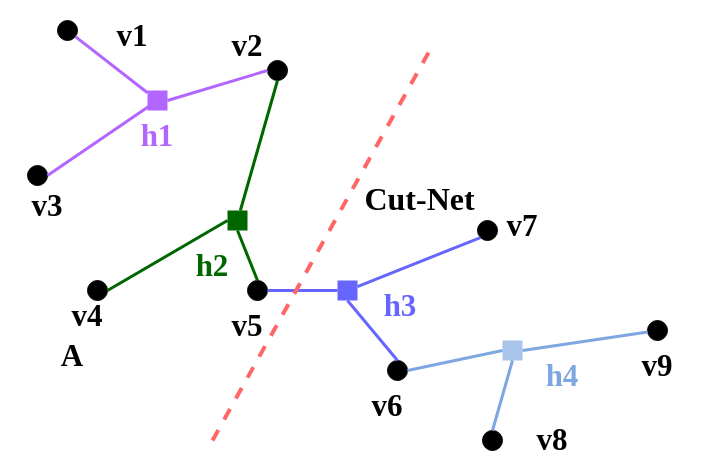
Earlier version of the draw.io diagram hypergraph.drawio (kxzhu0505/LogicSynOpt). Source tidied: cells renumbered, new cells numbered last; positions are measured from the earlier drawing's top-left corner, leaving out a move shared by most shapes. Both pictures are drawn from the tidied source at 100%, with x=0, y=0 at pixel (17, 20).
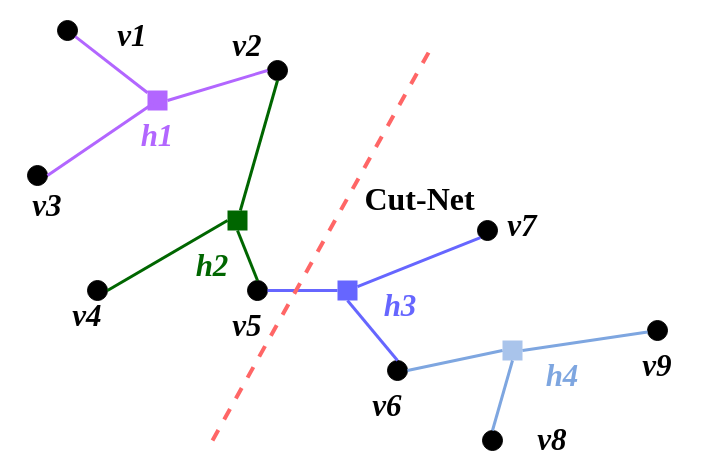
After the change.

The edit, as a diff of the source:
```diff
@@
-    <mxCell id="11" value="&lt;span&gt;&lt;font&gt;v7&lt;/font&gt;&lt;/span&gt;" style="text;html=1;align=center;verticalAlign=middle;whiteSpace=wrap;rounded=0;horizontal=1;fontFamily=Times New Roman;fontSize=31;fontStyle=1;" parent="1" vertex="1">
+    <mxCell id="11" value="&lt;span&gt;&lt;font&gt;&lt;i&gt;v7&lt;/i&gt;&lt;/font&gt;&lt;/span&gt;" style="text;html=1;align=center;verticalAlign=middle;whiteSpace=wrap;rounded=0;horizontal=1;fontFamily=Times New Roman;fontSize=31;fontStyle=1;" parent="1" vertex="1">
       <mxGeometry x="475" y="190" width="60" height="30" as="geometry" />
     </mxCell>
-    <mxCell id="12" value="&lt;span&gt;&lt;font&gt;v5&lt;/font&gt;&lt;/span&gt;" style="text;html=1;align=center;verticalAlign=middle;whiteSpace=wrap;rounded=0;horizontal=1;fontFamily=Times New Roman;fontSize=31;fontStyle=1;" parent="1" vertex="1">
+    <mxCell id="12" value="&lt;span&gt;&lt;font&gt;&lt;i&gt;v5&lt;/i&gt;&lt;/font&gt;&lt;/span&gt;" style="text;html=1;align=center;verticalAlign=middle;whiteSpace=wrap;rounded=0;horizontal=1;fontFamily=Times New Roman;fontSize=31;fontStyle=1;" parent="1" vertex="1">
       <mxGeometry x="200" y="290" width="60" height="30" as="geometry" />
     </mxCell>
-    <mxCell id="13" value="&lt;span&gt;&lt;font&gt;v6&lt;/font&gt;&lt;/span&gt;" style="text;html=1;align=center;verticalAlign=middle;whiteSpace=wrap;rounded=0;horizontal=1;fontFamily=Times New Roman;fontSize=31;fontStyle=1;" parent="1" vertex="1">
+    <mxCell id="13" value="&lt;span&gt;&lt;font&gt;&lt;i&gt;v6&lt;/i&gt;&lt;/font&gt;&lt;/span&gt;" style="text;html=1;align=center;verticalAlign=middle;whiteSpace=wrap;rounded=0;horizontal=1;fontFamily=Times New Roman;fontSize=31;fontStyle=1;" parent="1" vertex="1">
       <mxGeometry x="340" y="370" width="60" height="30" as="geometry" />
     </mxCell>
-    <mxCell id="14" value="&lt;span&gt;&lt;font&gt;v4&lt;/font&gt;&lt;/span&gt;" style="text;html=1;align=center;verticalAlign=middle;whiteSpace=wrap;rounded=0;horizontal=1;fontFamily=Times New Roman;fontSize=31;fontStyle=1;" parent="1" vertex="1">
+    <mxCell id="14" value="&lt;span&gt;&lt;font&gt;&lt;i&gt;v4&lt;/i&gt;&lt;/font&gt;&lt;/span&gt;" style="text;html=1;align=center;verticalAlign=middle;whiteSpace=wrap;rounded=0;horizontal=1;fontFamily=Times New Roman;fontSize=31;fontStyle=1;" parent="1" vertex="1">
       <mxGeometry x="40" y="280" width="60" height="30" as="geometry" />
     </mxCell>
-    <mxCell id="15" value="&lt;span&gt;&lt;font&gt;v2&lt;/font&gt;&lt;/span&gt;" style="text;html=1;align=center;verticalAlign=middle;whiteSpace=wrap;rounded=0;horizontal=1;fontFamily=Times New Roman;fontSize=31;fontStyle=1;" parent="1" vertex="1">
+    <mxCell id="15" value="&lt;span&gt;&lt;font&gt;&lt;i&gt;v2&lt;/i&gt;&lt;/font&gt;&lt;/span&gt;" style="text;html=1;align=center;verticalAlign=middle;whiteSpace=wrap;rounded=0;horizontal=1;fontFamily=Times New Roman;fontSize=31;fontStyle=1;" parent="1" vertex="1">
       <mxGeometry x="200" y="10" width="60" height="30" as="geometry" />
     </mxCell>
-    <mxCell id="16" value="&lt;span&gt;&lt;font&gt;v1&lt;/font&gt;&lt;/span&gt;" style="text;html=1;align=center;verticalAlign=middle;whiteSpace=wrap;rounded=0;horizontal=1;fontFamily=Times New Roman;fontSize=31;fontStyle=1;" parent="1" vertex="1">
+    <mxCell id="16" value="&lt;span&gt;&lt;font&gt;&lt;i&gt;v1&lt;/i&gt;&lt;/font&gt;&lt;/span&gt;" style="text;html=1;align=center;verticalAlign=middle;whiteSpace=wrap;rounded=0;horizontal=1;fontFamily=Times New Roman;fontSize=31;fontStyle=1;" parent="1" vertex="1">
       <mxGeometry x="85" width="60" height="30" as="geometry" />
     </mxCell>
-    <mxCell id="17" value="&lt;span&gt;&lt;font&gt;v8&lt;/font&gt;&lt;/span&gt;" style="text;html=1;align=center;verticalAlign=middle;whiteSpace=wrap;rounded=0;horizontal=1;fontFamily=Times New Roman;fontSize=31;fontStyle=1;" parent="1" vertex="1">
+    <mxCell id="17" value="&lt;span&gt;&lt;font&gt;&lt;i&gt;v8&lt;/i&gt;&lt;/font&gt;&lt;/span&gt;" style="text;html=1;align=center;verticalAlign=middle;whiteSpace=wrap;rounded=0;horizontal=1;fontFamily=Times New Roman;fontSize=31;fontStyle=1;" parent="1" vertex="1">
       <mxGeometry x="505" y="404" width="60" height="30" as="geometry" />
     </mxCell>
-    <mxCell id="18" value="&lt;span&gt;&lt;font&gt;v3&lt;/font&gt;&lt;/span&gt;" style="text;html=1;align=center;verticalAlign=middle;whiteSpace=wrap;rounded=0;horizontal=1;fontFamily=Times New Roman;fontSize=31;fontStyle=1;" parent="1" vertex="1">
+    <mxCell id="18" value="&lt;span&gt;&lt;font&gt;&lt;i&gt;v3&lt;/i&gt;&lt;/font&gt;&lt;/span&gt;" style="text;html=1;align=center;verticalAlign=middle;whiteSpace=wrap;rounded=0;horizontal=1;fontFamily=Times New Roman;fontSize=31;fontStyle=1;" parent="1" vertex="1">
       <mxGeometry y="170" width="60" height="30" as="geometry" />
     </mxCell>
-    <mxCell id="19" value="&lt;span&gt;&lt;font&gt;v9&lt;/font&gt;&lt;/span&gt;" style="text;html=1;align=center;verticalAlign=middle;whiteSpace=wrap;rounded=0;horizontal=1;fontFamily=Times New Roman;fontSize=31;fontStyle=1;" parent="1" vertex="1">
+    <mxCell id="19" value="&lt;span&gt;&lt;font&gt;&lt;i&gt;v9&lt;/i&gt;&lt;/font&gt;&lt;/span&gt;" style="text;html=1;align=center;verticalAlign=middle;whiteSpace=wrap;rounded=0;horizontal=1;fontFamily=Times New Roman;fontSize=31;fontStyle=1;" parent="1" vertex="1">
       <mxGeometry x="610" y="330" width="60" height="30" as="geometry" />
     </mxCell>
@@
-    <mxCell id="37" value="&lt;span&gt;&lt;font style=&quot;color: rgb(178, 102, 255);&quot;&gt;h1&lt;/font&gt;&lt;/span&gt;" style="text;html=1;align=center;verticalAlign=middle;whiteSpace=wrap;rounded=0;horizontal=1;fontFamily=Times New Roman;fontSize=31;fontStyle=1;" parent="1" vertex="1">
+    <mxCell id="37" value="&lt;span&gt;&lt;font style=&quot;color: rgb(178, 102, 255);&quot;&gt;&lt;i&gt;h1&lt;/i&gt;&lt;/font&gt;&lt;/span&gt;" style="text;html=1;align=center;verticalAlign=middle;whiteSpace=wrap;rounded=0;horizontal=1;fontFamily=Times New Roman;fontSize=31;fontStyle=1;" parent="1" vertex="1">
       <mxGeometry x="110" y="100" width="60" height="30" as="geometry" />
     </mxCell>
-    <mxCell id="38" value="&lt;span&gt;&lt;font style=&quot;color: rgb(0, 102, 0);&quot;&gt;h2&lt;/font&gt;&lt;/span&gt;" style="text;html=1;align=center;verticalAlign=middle;whiteSpace=wrap;rounded=0;horizontal=1;fontFamily=Times New Roman;fontSize=31;fontStyle=1;" parent="1" vertex="1">
+    <mxCell id="38" value="&lt;span&gt;&lt;font style=&quot;color: rgb(0, 102, 0);&quot;&gt;&lt;i&gt;h2&lt;/i&gt;&lt;/font&gt;&lt;/span&gt;" style="text;html=1;align=center;verticalAlign=middle;whiteSpace=wrap;rounded=0;horizontal=1;fontFamily=Times New Roman;fontSize=31;fontStyle=1;" parent="1" vertex="1">
       <mxGeometry x="165" y="230" width="60" height="30" as="geometry" />
     </mxCell>
-    <mxCell id="39" value="&lt;span&gt;&lt;font style=&quot;color: rgb(102, 102, 255);&quot;&gt;h3&lt;/font&gt;&lt;/span&gt;" style="text;html=1;align=center;verticalAlign=middle;whiteSpace=wrap;rounded=0;horizontal=1;fontFamily=Times New Roman;fontSize=31;fontStyle=1;" parent="1" vertex="1">
+    <mxCell id="39" value="&lt;span&gt;&lt;font style=&quot;color: rgb(102, 102, 255);&quot;&gt;&lt;i&gt;h3&lt;/i&gt;&lt;/font&gt;&lt;/span&gt;" style="text;html=1;align=center;verticalAlign=middle;whiteSpace=wrap;rounded=0;horizontal=1;fontFamily=Times New Roman;fontSize=31;fontStyle=1;" parent="1" vertex="1">
       <mxGeometry x="352.5" y="270" width="60" height="30" as="geometry" />
     </mxCell>
-    <mxCell id="40" value="&lt;span&gt;&lt;font style=&quot;color: rgb(126, 166, 224);&quot;&gt;h4&lt;/font&gt;&lt;/span&gt;" style="text;html=1;align=center;verticalAlign=middle;whiteSpace=wrap;rounded=0;horizontal=1;fontFamily=Times New Roman;fontSize=31;fontStyle=1;" parent="1" vertex="1">
+    <mxCell id="40" value="&lt;span&gt;&lt;font style=&quot;color: rgb(126, 166, 224);&quot;&gt;&lt;i&gt;h4&lt;/i&gt;&lt;/font&gt;&lt;/span&gt;" style="text;html=1;align=center;verticalAlign=middle;whiteSpace=wrap;rounded=0;horizontal=1;fontFamily=Times New Roman;fontSize=31;fontStyle=1;" parent="1" vertex="1">
       <mxGeometry x="515" y="340" width="60" height="30" as="geometry" />
     </mxCell>
-    <mxCell id="41" value="&lt;span&gt;&lt;font&gt;A&lt;/font&gt;&lt;/span&gt;" style="text;html=1;align=center;verticalAlign=middle;whiteSpace=wrap;rounded=0;horizontal=1;fontFamily=Times New Roman;fontSize=31;fontStyle=1;" parent="1" vertex="1">
-      <mxGeometry x="25" y="320" width="60" height="30" as="geometry" />
-    </mxCell>
```
